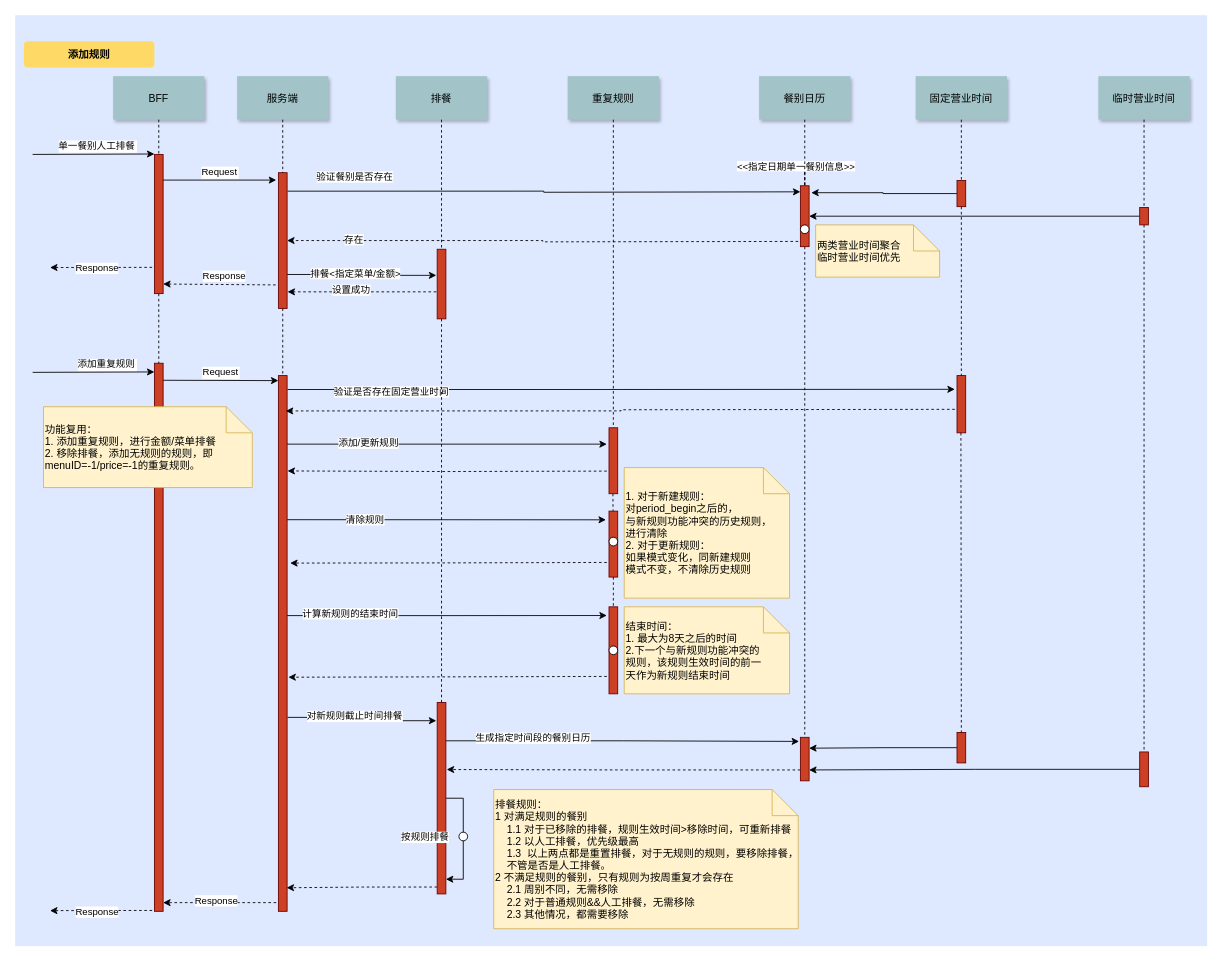
This is page "Page-1" (1 of 2) of 添加规则.drawio from fordream2014/diagram, a draw.io file, before an edit. Source tidied: cells renumbered, new cells numbered last; positions are measured from the earlier drawing's top-left corner, leaving out a move shared by most shapes. Both pictures are drawn from the tidied source at 87%, with x=0, y=0 at pixel (15, 15).
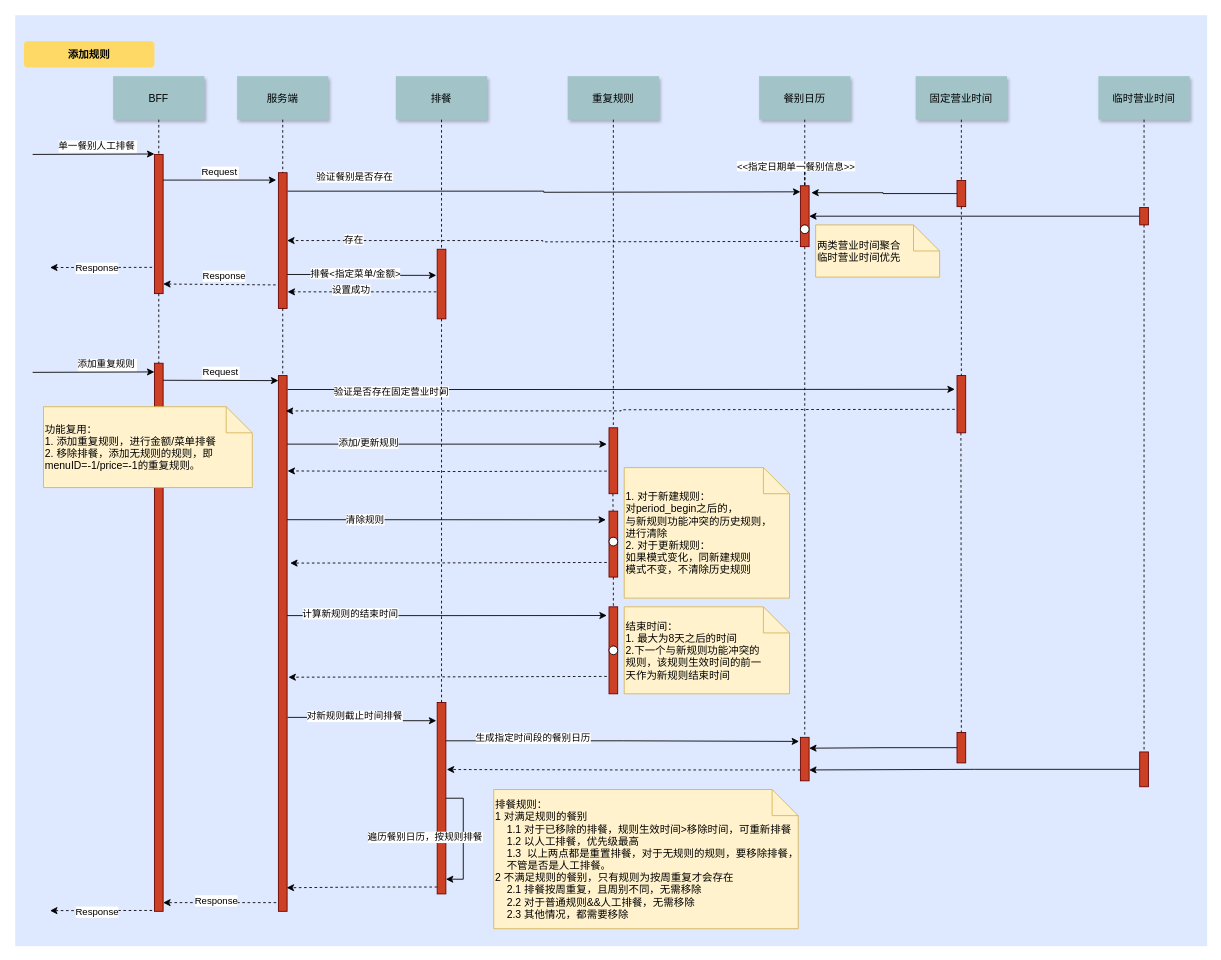
The same diagram, later.

Commit message (it also covers changes not shown here):
更新添加规则.drawio

Diff of the diagram source:
```diff
@@
-    <mxCell id="93" value="排餐规则：&#10;1 对满足规则的餐别&#10;    1.1 对于已移除的排餐，规则生效时间&gt;移除时间，可重新排餐&#10;    1.2 以人工排餐，优先级最高&#10;    1.3  以上两点都是重置排餐，对于无规则的规则，要移除排餐，&#10;    不管是否是人工排餐。&#10;2 不满足规则的餐别，只有规则为按周重复才会存在&#10;    2.1 周别不同，无需移除&#10;    2.2 对于普通规则&amp;&amp;人工排餐，无需移除&#10;    2.3 其他情况，都需要移除" style="shape=note;align=left;fillColor=#fff2cc;strokeColor=#d6b656;" parent="1" vertex="1">
+    <mxCell id="93" value="排餐规则：&#10;1 对满足规则的餐别&#10;    1.1 对于已移除的排餐，规则生效时间&gt;移除时间，可重新排餐&#10;    1.2 以人工排餐，优先级最高&#10;    1.3  以上两点都是重置排餐，对于无规则的规则，要移除排餐，&#10;    不管是否是人工排餐。&#10;2 不满足规则的餐别，只有规则为按周重复才会存在&#10;    2.1 排餐按周重复，且周别不同，无需移除&#10;    2.2 对于普通规则&amp;&amp;人工排餐，无需移除&#10;    2.3 其他情况，都需要移除" style="shape=note;align=left;fillColor=#fff2cc;strokeColor=#d6b656;" parent="1" vertex="1">
       <mxGeometry x="550" y="890" width="350" height="160" as="geometry" />
     </mxCell>
@@
-    <mxCell id="97" value="按规则排餐" style="edgeLabel;html=1;align=center;verticalAlign=middle;" parent="1" vertex="1">
+    <mxCell id="97" value="遍历餐别日历，按规则排餐" style="edgeLabel;html=1;align=center;verticalAlign=middle;" parent="1" vertex="1">
       <mxGeometry x="470" y="944" as="geometry" />
     </mxCell>
```
